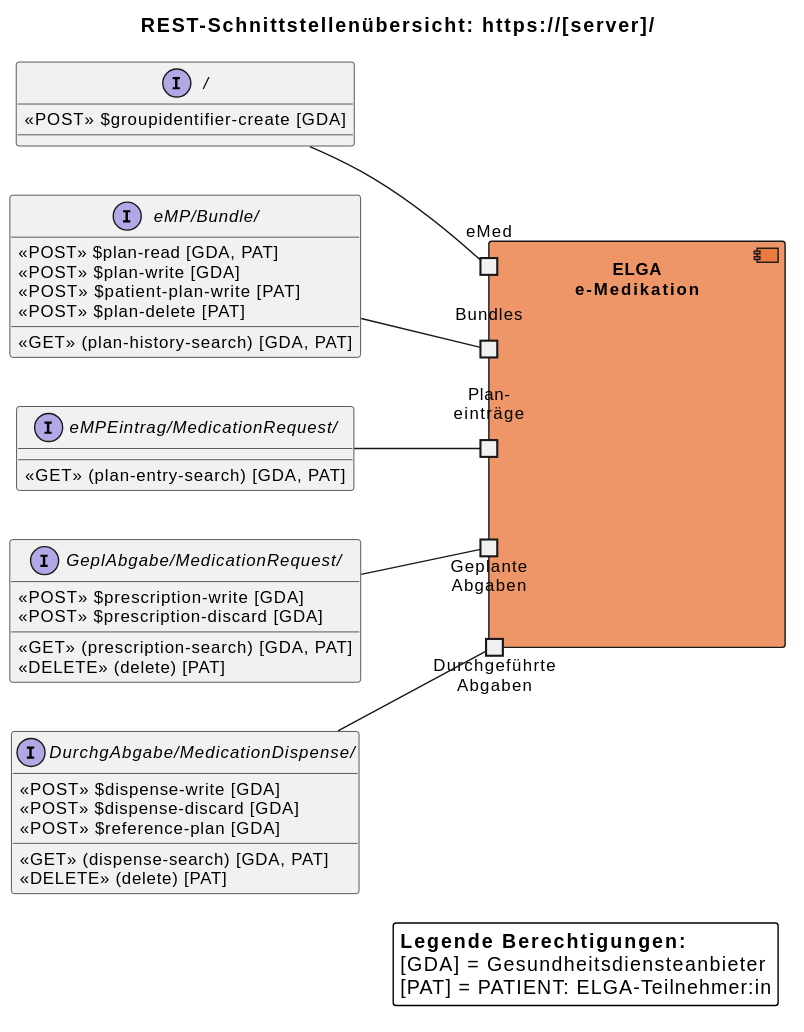
This is input/images/plantuml/interaction_overview.svg from HL7Austria/ELGA-e-Medikation-R4, a PlantUML export, as it was before one commit. Source of this version:
```plantuml
@startuml
allowmixing




skinparam componentStyle uml2
skinparam packageStyle rectangle

skinparam borderColor #555555
skinparam backgroundColor #FFFFFF
skinparam shadowing false
skinparam roundCorner 4
skinparam defaultFontName "Arial"
skinparam defaultFontSize 12
skinparam defaultFontColor #000000

!define COLOR_EMED_FA  #e97232bd

skinparam component {
  BackgroundColor COLOR_EMED_FA
}

skinparam interface {
}

left to right direction

title REST-Schnittstellenübersicht: https://[server]/

interface "DurchgAbgabe/MedicationDispense/" as IDurchgAbgabe {
  «GET» (dispense-search) [GDA, PAT]
  «POST» $dispense-write [GDA]
  «POST» $dispense-discard [GDA]
  «POST» $reference-plan [GDA]
  «DELETE» (delete) [PAT]
}

interface "GeplAbgabe/MedicationRequest/" as IGeplAbgabe {
  «GET» (prescription-search) [GDA, PAT]
  «POST» $prescription-write [GDA]
  «POST» $prescription-discard [GDA]
  «DELETE» (delete) [PAT]
}

interface "eMPEintrag/MedicationRequest/" as IPlaneintrag {
  «GET» (plan-entry-search) [GDA, PAT]
}

interface "eMP/Bundle/" as IBundle {
  «GET» (plan-history-search) [GDA, PAT]
  «POST» $plan-read [GDA, PAT]
  «POST» $plan-write [GDA]
  «POST» $patient-plan-write [PAT]
  «POST» $plan-delete [PAT]
}

interface "/" as IEmed {
  «POST» $groupidentifier-create [GDA]
}


component "ELGA\ne-Medikation" as Server {
  port "Durchgeführte\nAbgaben" as p5
  port "Geplante\nAbgaben" as p4
  port "Plan-\neinträge" as p3
  port "Bundles" as p2
  port "eMed" as p1
}


p5 -up- IDurchgAbgabe
p4 -up- IGeplAbgabe
p3 -up- IPlaneintrag
p2 -up- IBundle
p1 -up- IEmed


legend right
  **Legende Berechtigungen:**
  [GDA] = Gesundheitsdiensteanbieter
  [PAT] = PATIENT: ELGA-Teilnehmer:in
end legend



@enduml
```
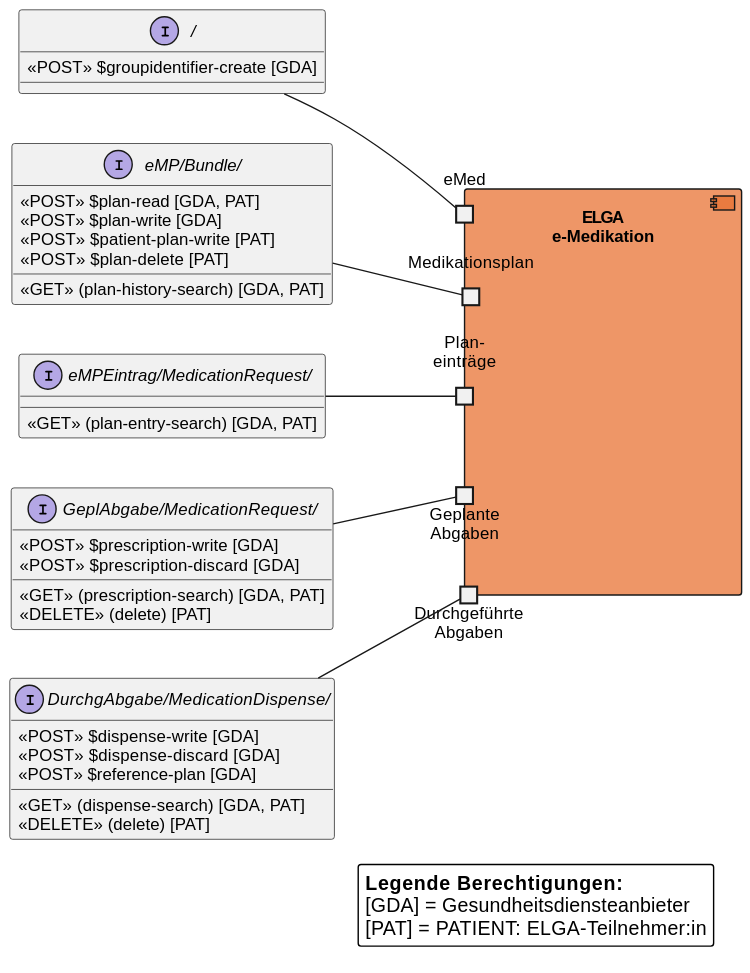
The same file after the commit.

Change to the diagram source:
```diff
@@ -26,7 +26,6 @@
 
 left to right direction
 
-title REST-Schnittstellenübersicht: https://[server]/
 
 interface "DurchgAbgabe/MedicationDispense/" as IDurchgAbgabe {
   «GET» (dispense-search) [GDA, PAT]
@@ -64,7 +63,7 @@
   port "Durchgeführte\nAbgaben" as p5
   port "Geplante\nAbgaben" as p4
   port "Plan-\neinträge" as p3
-  port "Bundles" as p2
+  port "Medikationsplan" as p2
   port "eMed" as p1
 }
 
```
